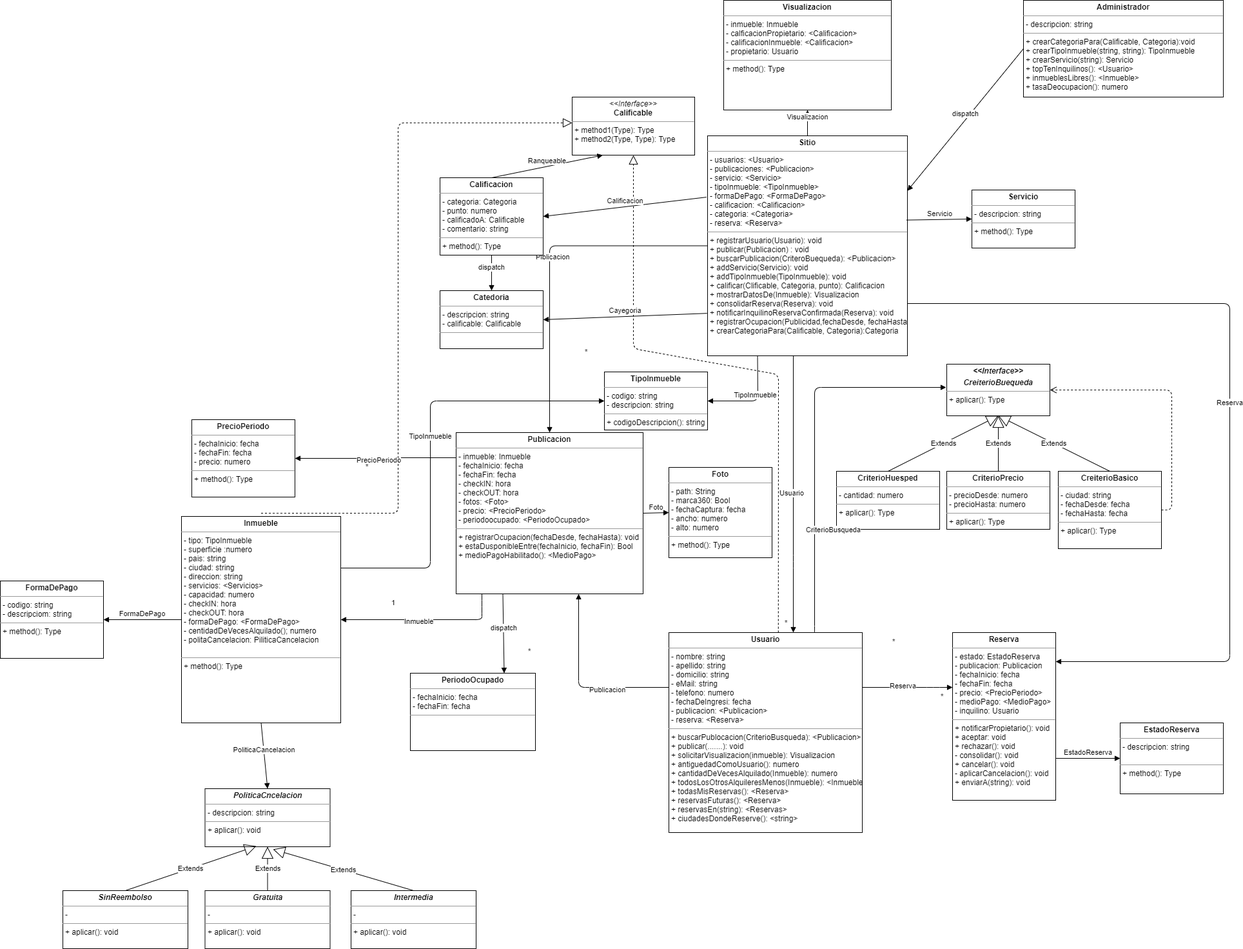
CundariNicolas/PO2_TP_FINAL_2021 keeps this draw.io diagram as UML_PO2_TP_FINALPNG1.png. Above is the earlier version. Source tidied: cells renumbered, new cells last; positions are measured from the earlier drawing's top-left corner, leaving out a move shared by most shapes.
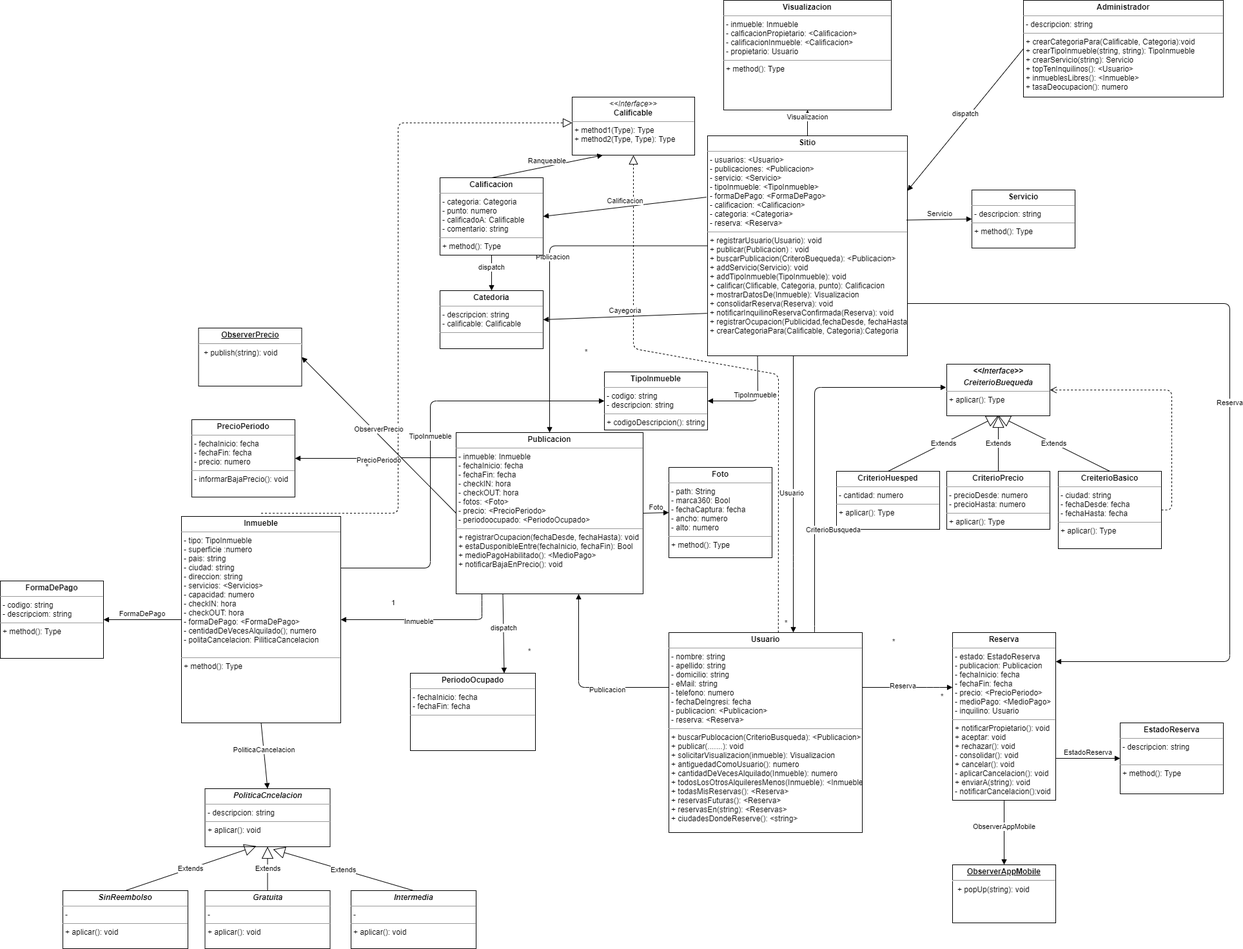
Above is the later version.

Diff of the diagram source:
```diff
@@ -5,7 +5,7 @@
     <mxCell id="2" value="&lt;p style=&quot;margin: 0px ; margin-top: 4px ; text-align: center&quot;&gt;&lt;b&gt;Usuario&lt;/b&gt;&lt;/p&gt;&lt;hr size=&quot;1&quot;&gt;&lt;p style=&quot;margin: 0px ; margin-left: 4px&quot;&gt;- nombre: string&lt;/p&gt;&lt;p style=&quot;margin: 0px ; margin-left: 4px&quot;&gt;- apellido: string&lt;/p&gt;&lt;p style=&quot;margin: 0px ; margin-left: 4px&quot;&gt;- domicilio: string&lt;/p&gt;&lt;p style=&quot;margin: 0px ; margin-left: 4px&quot;&gt;- eMail: string&lt;/p&gt;&lt;p style=&quot;margin: 0px ; margin-left: 4px&quot;&gt;- telefono: numero&lt;/p&gt;&lt;p style=&quot;margin: 0px ; margin-left: 4px&quot;&gt;- fechaDeIngresi: fecha&lt;/p&gt;&lt;p style=&quot;margin: 0px ; margin-left: 4px&quot;&gt;- publicacion: &amp;lt;Publicacion&amp;gt;&lt;/p&gt;&lt;p style=&quot;margin: 0px ; margin-left: 4px&quot;&gt;- reserva: &amp;lt;Reserva&amp;gt;&lt;/p&gt;&lt;hr size=&quot;1&quot;&gt;&lt;p style=&quot;margin: 0px ; margin-left: 4px&quot;&gt;+ buscarPublocacion(CriterioBusqueda): &amp;lt;Publicacion&amp;gt;&lt;/p&gt;&lt;p style=&quot;margin: 0px ; margin-left: 4px&quot;&gt;+ publicar(.......): void&lt;/p&gt;&lt;p style=&quot;margin: 0px ; margin-left: 4px&quot;&gt;+ solicitarVisualizacion(inmueble): Visualizacion&lt;/p&gt;&lt;p style=&quot;margin: 0px ; margin-left: 4px&quot;&gt;+ antiguedadComoUsuario(): numero&lt;/p&gt;&lt;p style=&quot;margin: 0px ; margin-left: 4px&quot;&gt;+ cantidadDeVecesAlquilado(Inmueble): numero&lt;/p&gt;&lt;p style=&quot;margin: 0px ; margin-left: 4px&quot;&gt;+ todosLosOtrosAlquileresMenos(Inmueble): &amp;lt;Inmueble&amp;gt;&lt;/p&gt;&lt;p style=&quot;margin: 0px ; margin-left: 4px&quot;&gt;+ todasMisReservas(): &amp;lt;Reserva&amp;gt;&lt;/p&gt;&lt;p style=&quot;margin: 0px ; margin-left: 4px&quot;&gt;+ reservasFuturas(): &amp;lt;Reserva&amp;gt;&lt;/p&gt;&lt;p style=&quot;margin: 0px ; margin-left: 4px&quot;&gt;+ reservasEn(string): &amp;lt;Reservas&amp;gt;&lt;/p&gt;&lt;p style=&quot;margin: 0px ; margin-left: 4px&quot;&gt;+ ciudadesDondeReserve(): &amp;lt;string&amp;gt;&lt;/p&gt;" style="verticalAlign=top;align=left;overflow=fill;fontSize=12;fontFamily=Helvetica;html=1;" parent="1" vertex="1">
       <mxGeometry x="1037" y="980" width="300" height="310" as="geometry" />
     </mxCell>
-    <mxCell id="3" value="&lt;p style=&quot;margin: 0px ; margin-top: 4px ; text-align: center&quot;&gt;&lt;b&gt;Publicacion&lt;/b&gt;&lt;/p&gt;&lt;hr size=&quot;1&quot;&gt;&lt;p style=&quot;margin: 0px ; margin-left: 4px&quot;&gt;- inmueble: Inmueble&lt;/p&gt;&lt;p style=&quot;margin: 0px ; margin-left: 4px&quot;&gt;- fechaInicio: fecha&lt;/p&gt;&lt;p style=&quot;margin: 0px ; margin-left: 4px&quot;&gt;- fechaFin: fecha&lt;/p&gt;&lt;p style=&quot;margin: 0px ; margin-left: 4px&quot;&gt;- checkIN: hora&lt;/p&gt;&lt;p style=&quot;margin: 0px ; margin-left: 4px&quot;&gt;- checkOUT: hora&lt;/p&gt;&lt;p style=&quot;margin: 0px ; margin-left: 4px&quot;&gt;- fotos: &amp;lt;Foto&amp;gt;&lt;/p&gt;&lt;p style=&quot;margin: 0px ; margin-left: 4px&quot;&gt;- precio: &amp;lt;PrecioPeriodo&amp;gt;&lt;/p&gt;&lt;p style=&quot;margin: 0px ; margin-left: 4px&quot;&gt;&lt;span&gt;- periodoocupado: &amp;lt;PeriodoOcupado&amp;gt;&lt;/span&gt;&lt;br&gt;&lt;/p&gt;&lt;hr size=&quot;1&quot;&gt;&lt;p style=&quot;margin: 0px ; margin-left: 4px&quot;&gt;+ registrarOcupacion(fechaDesde, fechaHasta): void&lt;/p&gt;&lt;p style=&quot;margin: 0px ; margin-left: 4px&quot;&gt;+ estaDusponibleEntre(fechaInicio, fechaFin): Bool&lt;br&gt;&lt;/p&gt;&lt;p style=&quot;margin: 0px ; margin-left: 4px&quot;&gt;+ medioPagoHabilitado(): &amp;lt;MedioPago&amp;gt;&lt;br&gt;&lt;/p&gt;" style="verticalAlign=top;align=left;overflow=fill;fontSize=12;fontFamily=Helvetica;html=1;" parent="1" vertex="1">
+    <mxCell id="3" value="&lt;p style=&quot;margin: 0px ; margin-top: 4px ; text-align: center&quot;&gt;&lt;b&gt;Publicacion&lt;/b&gt;&lt;/p&gt;&lt;hr size=&quot;1&quot;&gt;&lt;p style=&quot;margin: 0px ; margin-left: 4px&quot;&gt;- inmueble: Inmueble&lt;/p&gt;&lt;p style=&quot;margin: 0px ; margin-left: 4px&quot;&gt;- fechaInicio: fecha&lt;/p&gt;&lt;p style=&quot;margin: 0px ; margin-left: 4px&quot;&gt;- fechaFin: fecha&lt;/p&gt;&lt;p style=&quot;margin: 0px ; margin-left: 4px&quot;&gt;- checkIN: hora&lt;/p&gt;&lt;p style=&quot;margin: 0px ; margin-left: 4px&quot;&gt;- checkOUT: hora&lt;/p&gt;&lt;p style=&quot;margin: 0px ; margin-left: 4px&quot;&gt;- fotos: &amp;lt;Foto&amp;gt;&lt;/p&gt;&lt;p style=&quot;margin: 0px ; margin-left: 4px&quot;&gt;- precio: &amp;lt;PrecioPeriodo&amp;gt;&lt;/p&gt;&lt;p style=&quot;margin: 0px ; margin-left: 4px&quot;&gt;&lt;span&gt;- periodoocupado: &amp;lt;PeriodoOcupado&amp;gt;&lt;/span&gt;&lt;br&gt;&lt;/p&gt;&lt;hr size=&quot;1&quot;&gt;&lt;p style=&quot;margin: 0px ; margin-left: 4px&quot;&gt;+ registrarOcupacion(fechaDesde, fechaHasta): void&lt;/p&gt;&lt;p style=&quot;margin: 0px ; margin-left: 4px&quot;&gt;+ estaDusponibleEntre(fechaInicio, fechaFin): Bool&lt;br&gt;&lt;/p&gt;&lt;p style=&quot;margin: 0px ; margin-left: 4px&quot;&gt;+ medioPagoHabilitado(): &amp;lt;MedioPago&amp;gt;&lt;br&gt;&lt;/p&gt;&lt;p style=&quot;margin: 0px ; margin-left: 4px&quot;&gt;+ notificarBajaEnPrecio(): void&lt;/p&gt;" style="verticalAlign=top;align=left;overflow=fill;fontSize=12;fontFamily=Helvetica;html=1;" parent="1" vertex="1">
       <mxGeometry x="707" y="670" width="290" height="250" as="geometry" />
     </mxCell>
     <mxCell id="4" value="&lt;p style=&quot;margin: 0px ; margin-top: 4px ; text-align: center&quot;&gt;&lt;b&gt;Sitio&lt;/b&gt;&lt;/p&gt;&lt;hr size=&quot;1&quot;&gt;&lt;p style=&quot;margin: 0px ; margin-left: 4px&quot;&gt;- usuarios: &amp;lt;Usuario&amp;gt;&lt;/p&gt;&lt;p style=&quot;margin: 0px ; margin-left: 4px&quot;&gt;- publicaciones: &amp;lt;Publicacion&amp;gt;&lt;/p&gt;&lt;p style=&quot;margin: 0px ; margin-left: 4px&quot;&gt;- servicio: &amp;lt;Servicio&amp;gt;&lt;/p&gt;&lt;p style=&quot;margin: 0px ; margin-left: 4px&quot;&gt;- tipoInmueble: &amp;lt;TipoInmueble&amp;gt;&lt;/p&gt;&lt;p style=&quot;margin: 0px ; margin-left: 4px&quot;&gt;- formaDePago: &amp;lt;FormaDePago&amp;gt;&lt;/p&gt;&lt;p style=&quot;margin: 0px ; margin-left: 4px&quot;&gt;- calificacion: &amp;lt;Calificacion&amp;gt;&lt;/p&gt;&lt;p style=&quot;margin: 0px ; margin-left: 4px&quot;&gt;- categoria: &amp;lt;Categoria&amp;gt;&lt;/p&gt;&lt;p style=&quot;margin: 0px ; margin-left: 4px&quot;&gt;- reserva: &amp;lt;Reserva&amp;gt;&lt;/p&gt;&lt;hr size=&quot;1&quot;&gt;&lt;p style=&quot;margin: 0px ; margin-left: 4px&quot;&gt;+ registrarUsuario(Usuario): void&lt;/p&gt;&lt;p style=&quot;margin: 0px ; margin-left: 4px&quot;&gt;+ publicar(Publicacion) : void&lt;/p&gt;&lt;p style=&quot;margin: 0px ; margin-left: 4px&quot;&gt;+ buscarPublicacion(CriteroBuequeda): &amp;lt;Publicacion&amp;gt;&lt;/p&gt;&lt;p style=&quot;margin: 0px ; margin-left: 4px&quot;&gt;+ addServicio(Servicio): void&lt;/p&gt;&lt;p style=&quot;margin: 0px ; margin-left: 4px&quot;&gt;+ addTipoInmueble(TipoInmueble): void&lt;/p&gt;&lt;p style=&quot;margin: 0px ; margin-left: 4px&quot;&gt;+ calificar(Clificable, Categoria, punto): Calificacion&lt;/p&gt;&lt;p style=&quot;margin: 0px ; margin-left: 4px&quot;&gt;+ mostrarDatosDe(Inmueble): Visualizacion&lt;/p&gt;&lt;p style=&quot;margin: 0px ; margin-left: 4px&quot;&gt;+ consolidarReserva(Reserva): void&lt;/p&gt;&lt;p style=&quot;margin: 0px ; margin-left: 4px&quot;&gt;+ notificarInquilinoReservaConfirmada(Reserva): void&lt;/p&gt;&lt;p style=&quot;margin: 0px ; margin-left: 4px&quot;&gt;+ registrarOcupacion(Publicidad,fechaDesde, fechaHasta)&lt;/p&gt;&lt;p style=&quot;margin: 0px ; margin-left: 4px&quot;&gt;+ crearCategoriaPara(Calificable, Categoria):Categoria&lt;br&gt;&lt;/p&gt;" style="verticalAlign=top;align=left;overflow=fill;fontSize=12;fontFamily=Helvetica;html=1;" parent="1" vertex="1">
@@ -14,10 +14,10 @@
     <mxCell id="5" value="&lt;p style=&quot;margin: 0px ; margin-top: 4px ; text-align: center&quot;&gt;&lt;b&gt;Inmueble&lt;/b&gt;&lt;/p&gt;&lt;hr size=&quot;1&quot;&gt;&lt;p style=&quot;margin: 0px ; margin-left: 4px&quot;&gt;- tipo: TipoInmueble&lt;/p&gt;&lt;p style=&quot;margin: 0px ; margin-left: 4px&quot;&gt;- superficie :numero&lt;/p&gt;&lt;p style=&quot;margin: 0px ; margin-left: 4px&quot;&gt;- pais: string&lt;/p&gt;&lt;p style=&quot;margin: 0px ; margin-left: 4px&quot;&gt;- ciudad: string&lt;/p&gt;&lt;p style=&quot;margin: 0px ; margin-left: 4px&quot;&gt;- direccion: string&lt;/p&gt;&lt;p style=&quot;margin: 0px ; margin-left: 4px&quot;&gt;- servicios: &amp;lt;Servicios&amp;gt;&lt;/p&gt;&lt;p style=&quot;margin: 0px ; margin-left: 4px&quot;&gt;- capacidad: numero&lt;/p&gt;&lt;p style=&quot;margin: 0px ; margin-left: 4px&quot;&gt;- checkIN: hora&lt;/p&gt;&lt;p style=&quot;margin: 0px ; margin-left: 4px&quot;&gt;- checkOUT: hora&lt;/p&gt;&lt;p style=&quot;margin: 0px ; margin-left: 4px&quot;&gt;- formaDePago: &amp;lt;FormaDePago&amp;gt;&lt;/p&gt;&lt;p style=&quot;margin: 0px ; margin-left: 4px&quot;&gt;- centidadDeVecesAlquilado(); numero&lt;/p&gt;&lt;p style=&quot;margin: 0px ; margin-left: 4px&quot;&gt;- politaCancelacion: PiliticaCancelacion&lt;/p&gt;&lt;p style=&quot;margin: 0px ; margin-left: 4px&quot;&gt;&lt;br&gt;&lt;/p&gt;&lt;hr size=&quot;1&quot;&gt;&lt;p style=&quot;margin: 0px ; margin-left: 4px&quot;&gt;+ method(): Type&lt;/p&gt;" style="verticalAlign=top;align=left;overflow=fill;fontSize=12;fontFamily=Helvetica;html=1;" parent="1" vertex="1">
       <mxGeometry x="281" y="800" width="247" height="320" as="geometry" />
     </mxCell>
-    <mxCell id="6" value="&lt;p style=&quot;margin: 0px ; margin-top: 4px ; text-align: center&quot;&gt;&lt;b&gt;PrecioPeriodo&lt;/b&gt;&lt;/p&gt;&lt;hr size=&quot;1&quot;&gt;&lt;p style=&quot;margin: 0px ; margin-left: 4px&quot;&gt;- fechaInicio: fecha&lt;/p&gt;&lt;p style=&quot;margin: 0px ; margin-left: 4px&quot;&gt;- fechaFin: fecha&lt;/p&gt;&lt;p style=&quot;margin: 0px ; margin-left: 4px&quot;&gt;- precio: numero&lt;/p&gt;&lt;hr size=&quot;1&quot;&gt;&lt;p style=&quot;margin: 0px ; margin-left: 4px&quot;&gt;+ method(): Type&lt;/p&gt;" style="verticalAlign=top;align=left;overflow=fill;fontSize=12;fontFamily=Helvetica;html=1;" parent="1" vertex="1">
+    <mxCell id="6" value="&lt;p style=&quot;margin: 0px ; margin-top: 4px ; text-align: center&quot;&gt;&lt;b&gt;PrecioPeriodo&lt;/b&gt;&lt;/p&gt;&lt;hr size=&quot;1&quot;&gt;&lt;p style=&quot;margin: 0px ; margin-left: 4px&quot;&gt;- fechaInicio: fecha&lt;/p&gt;&lt;p style=&quot;margin: 0px ; margin-left: 4px&quot;&gt;- fechaFin: fecha&lt;/p&gt;&lt;p style=&quot;margin: 0px ; margin-left: 4px&quot;&gt;- precio: numero&lt;/p&gt;&lt;hr size=&quot;1&quot;&gt;&lt;p style=&quot;margin: 0px ; margin-left: 4px&quot;&gt;- informarBajaPrecio(): void&lt;/p&gt;" style="verticalAlign=top;align=left;overflow=fill;fontSize=12;fontFamily=Helvetica;html=1;" parent="1" vertex="1">
       <mxGeometry x="297" y="650" width="160" height="120" as="geometry" />
     </mxCell>
-    <mxCell id="7" value="&lt;p style=&quot;margin: 0px ; margin-top: 4px ; text-align: center&quot;&gt;&lt;b&gt;Reserva&lt;/b&gt;&lt;/p&gt;&lt;hr size=&quot;1&quot;&gt;&lt;p style=&quot;margin: 0px ; margin-left: 4px&quot;&gt;- estado: EstadoReserva&lt;/p&gt;&lt;p style=&quot;margin: 0px ; margin-left: 4px&quot;&gt;- publicacion: Publicacion&lt;/p&gt;&lt;p style=&quot;margin: 0px ; margin-left: 4px&quot;&gt;- fechaInicio: fecha&lt;/p&gt;&lt;p style=&quot;margin: 0px ; margin-left: 4px&quot;&gt;- fechaFin: fecha&lt;/p&gt;&lt;p style=&quot;margin: 0px ; margin-left: 4px&quot;&gt;- precio: &amp;lt;PrecioPeriodo&amp;gt;&lt;/p&gt;&lt;p style=&quot;margin: 0px ; margin-left: 4px&quot;&gt;- medioPago: &amp;lt;MedioPago&amp;gt;&lt;/p&gt;&lt;p style=&quot;margin: 0px ; margin-left: 4px&quot;&gt;- inquilino: Usuario&lt;/p&gt;&lt;hr size=&quot;1&quot;&gt;&lt;p style=&quot;margin: 0px ; margin-left: 4px&quot;&gt;+ notificarPropietario(): void&lt;/p&gt;&lt;p style=&quot;margin: 0px ; margin-left: 4px&quot;&gt;+ aceptar: void&lt;/p&gt;&lt;p style=&quot;margin: 0px ; margin-left: 4px&quot;&gt;+ rechazar(): void&lt;/p&gt;&lt;p style=&quot;margin: 0px ; margin-left: 4px&quot;&gt;- consolidar(): void&lt;/p&gt;&lt;p style=&quot;margin: 0px ; margin-left: 4px&quot;&gt;+ cancelar(): void&lt;/p&gt;&lt;p style=&quot;margin: 0px ; margin-left: 4px&quot;&gt;- aplicarCancelacion(): void&lt;/p&gt;&lt;p style=&quot;margin: 0px ; margin-left: 4px&quot;&gt;+ enviarA(string): void&lt;/p&gt;" style="verticalAlign=top;align=left;overflow=fill;fontSize=12;fontFamily=Helvetica;html=1;" parent="1" vertex="1">
+    <mxCell id="7" value="&lt;p style=&quot;margin: 0px ; margin-top: 4px ; text-align: center&quot;&gt;&lt;b&gt;Reserva&lt;/b&gt;&lt;/p&gt;&lt;hr size=&quot;1&quot;&gt;&lt;p style=&quot;margin: 0px ; margin-left: 4px&quot;&gt;- estado: EstadoReserva&lt;/p&gt;&lt;p style=&quot;margin: 0px ; margin-left: 4px&quot;&gt;- publicacion: Publicacion&lt;/p&gt;&lt;p style=&quot;margin: 0px ; margin-left: 4px&quot;&gt;- fechaInicio: fecha&lt;/p&gt;&lt;p style=&quot;margin: 0px ; margin-left: 4px&quot;&gt;- fechaFin: fecha&lt;/p&gt;&lt;p style=&quot;margin: 0px ; margin-left: 4px&quot;&gt;- precio: &amp;lt;PrecioPeriodo&amp;gt;&lt;/p&gt;&lt;p style=&quot;margin: 0px ; margin-left: 4px&quot;&gt;- medioPago: &amp;lt;MedioPago&amp;gt;&lt;/p&gt;&lt;p style=&quot;margin: 0px ; margin-left: 4px&quot;&gt;- inquilino: Usuario&lt;/p&gt;&lt;hr size=&quot;1&quot;&gt;&lt;p style=&quot;margin: 0px ; margin-left: 4px&quot;&gt;+ notificarPropietario(): void&lt;/p&gt;&lt;p style=&quot;margin: 0px ; margin-left: 4px&quot;&gt;+ aceptar: void&lt;/p&gt;&lt;p style=&quot;margin: 0px ; margin-left: 4px&quot;&gt;+ rechazar(): void&lt;/p&gt;&lt;p style=&quot;margin: 0px ; margin-left: 4px&quot;&gt;- consolidar(): void&lt;/p&gt;&lt;p style=&quot;margin: 0px ; margin-left: 4px&quot;&gt;+ cancelar(): void&lt;/p&gt;&lt;p style=&quot;margin: 0px ; margin-left: 4px&quot;&gt;- aplicarCancelacion(): void&lt;/p&gt;&lt;p style=&quot;margin: 0px ; margin-left: 4px&quot;&gt;+ enviarA(string): void&lt;/p&gt;&lt;p style=&quot;margin: 0px ; margin-left: 4px&quot;&gt;- notificarCancelacion():void&lt;/p&gt;" style="verticalAlign=top;align=left;overflow=fill;fontSize=12;fontFamily=Helvetica;html=1;" parent="1" vertex="1">
       <mxGeometry x="1477" y="980" width="160" height="260" as="geometry" />
     </mxCell>
     <mxCell id="8" value="Usuario" style="endArrow=block;endFill=1;html=1;edgeStyle=orthogonalEdgeStyle;align=left;verticalAlign=top;" parent="1" edge="1" source="4" target="2">
@@ -265,5 +265,17 @@
     <mxCell id="64" value="PoliticaCancelacion" style="html=1;verticalAlign=bottom;endArrow=block;entryX=0.5;entryY=0;entryDx=0;entryDy=0;exitX=0.5;exitY=1;exitDx=0;exitDy=0;" parent="1" edge="1" source="5" target="57">
       <mxGeometry relative="1" as="geometry" />
     </mxCell>
+    <mxCell id="65" value="&lt;p style=&quot;margin: 0px ; margin-top: 4px ; text-align: center ; text-decoration: underline&quot;&gt;&lt;b&gt;ObserverPrecio&lt;/b&gt;&lt;/p&gt;&lt;hr&gt;&lt;p style=&quot;margin: 0px ; margin-left: 8px&quot;&gt;+ publish(string): void&lt;/p&gt;" style="verticalAlign=top;align=left;overflow=fill;fontSize=12;fontFamily=Helvetica;html=1;" parent="1" vertex="1">
+      <mxGeometry x="307.5" y="508" width="160" height="90" as="geometry" />
+    </mxCell>
+    <mxCell id="66" value="ObserverPrecio" style="html=1;verticalAlign=bottom;endArrow=block;exitX=0;exitY=0.5;exitDx=0;exitDy=0;entryX=1;entryY=0.5;entryDx=0;entryDy=0;" parent="1" edge="1" source="3" target="65">
+      <mxGeometry relative="1" as="geometry" />
+    </mxCell>
+    <mxCell id="67" value="&lt;p style=&quot;margin: 0px ; margin-top: 4px ; text-align: center ; text-decoration: underline&quot;&gt;&lt;b&gt;ObserverAppMobile&lt;/b&gt;&lt;/p&gt;&lt;hr&gt;&lt;p style=&quot;margin: 0px ; margin-left: 8px&quot;&gt;+ popUp(string): void&lt;/p&gt;" style="verticalAlign=top;align=left;overflow=fill;fontSize=12;fontFamily=Helvetica;html=1;" parent="1" vertex="1">
+      <mxGeometry x="1477" y="1340" width="160" height="90" as="geometry" />
+    </mxCell>
+    <mxCell id="68" value="ObserverAppMobile" style="html=1;verticalAlign=bottom;endArrow=block;exitX=0.5;exitY=1;exitDx=0;exitDy=0;entryX=0.5;entryY=0;entryDx=0;entryDy=0;" parent="1" edge="1" source="7" target="67">
+      <mxGeometry relative="1" as="geometry" />
+    </mxCell>
   </root>
 </mxGraphModel>
```
